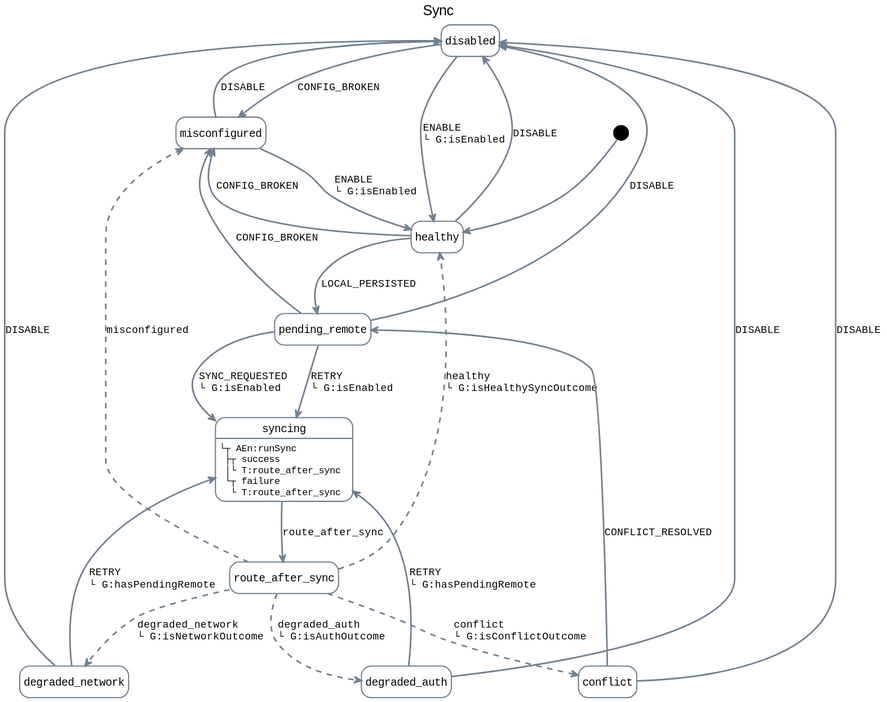
Before: docs/diagrams/sync-machine.svg, a diagram exported from PlantUML (Masquerade-Circus/ilu). Its diagram source:
```plantuml
@startuml

title Sync

state disabled<<default>>
state misconfigured<<default>>
state healthy<<default>>
state pending_remote<<default>>
state syncing<<default>>
state route_after_sync<<default>>
state degraded_network<<default>>
state degraded_auth<<default>>
state conflict<<default>>

syncing: └┬ AEn:runSync\n ├┬ success\n │└ T:route_after_sync\n └┬ failure\n  └ T:route_after_sync

[*] --> healthy
disabled -[#slategray]-> healthy: ENABLE\n└ G:isEnabled
disabled -[#slategray]-> misconfigured: CONFIG_BROKEN
misconfigured -[#slategray]-> disabled: DISABLE
misconfigured -[#slategray]-> healthy: ENABLE\n└ G:isEnabled
healthy -[#slategray]-> pending_remote: LOCAL_PERSISTED
healthy -[#slategray]-> disabled: DISABLE
healthy -[#slategray]-> misconfigured: CONFIG_BROKEN
pending_remote -[#slategray]-> syncing: SYNC_REQUESTED\n└ G:isEnabled
pending_remote -[#slategray]-> syncing: RETRY\n└ G:isEnabled
pending_remote -[#slategray]-> disabled: DISABLE
pending_remote -[#slategray]-> misconfigured: CONFIG_BROKEN
syncing -[#slategray]-> route_after_sync: route_after_sync
route_after_sync -[#slategray,dashed]-> healthy: healthy\n└ G:isHealthySyncOutcome
route_after_sync -[#slategray,dashed]-> degraded_network: degraded_network\n└ G:isNetworkOutcome
route_after_sync -[#slategray,dashed]-> degraded_auth: degraded_auth\n└ G:isAuthOutcome
route_after_sync -[#slategray,dashed]-> conflict: conflict\n└ G:isConflictOutcome
route_after_sync -[#slategray,dashed]-> misconfigured: misconfigured
degraded_network -[#slategray]-> syncing: RETRY\n└ G:hasPendingRemote
degraded_network -[#slategray]-> disabled: DISABLE
degraded_auth -[#slategray]-> syncing: RETRY\n└ G:hasPendingRemote
degraded_auth -[#slategray]-> disabled: DISABLE
conflict -[#slategray]-> pending_remote: CONFLICT_RESOLVED
conflict -[#slategray]-> disabled: DISABLE

hide empty description
skinparam backgroundColor white
skinparam shadowing false
skinparam note {
  BackgroundColor white
  BorderColor slategray
  FontName monospaced
}
skinparam ArrowFontName monospaced
skinparam state {
  FontName monospaced
  AttributeFontName monospaced
  BackgroundColor white
  BorderColor slategray
  ArrowColor slategray
  ArrowThickness 2
  MessageAlignment left
  BackgroundColor<<danger>> Implementation
  BorderColor<<danger>> indianred
  BackgroundColor<<info>> Application
  BorderColor<<info>> skyblue
  BackgroundColor<<warning>> Strategy
  BorderColor<<warning>> tan
  BackgroundColor<<success>> Technology
  BorderColor<<success>> mediumseagreen
  BackgroundColor<<primary>> Motivation
  BorderColor<<primary>> lightsteelblue
}
@enduml
```
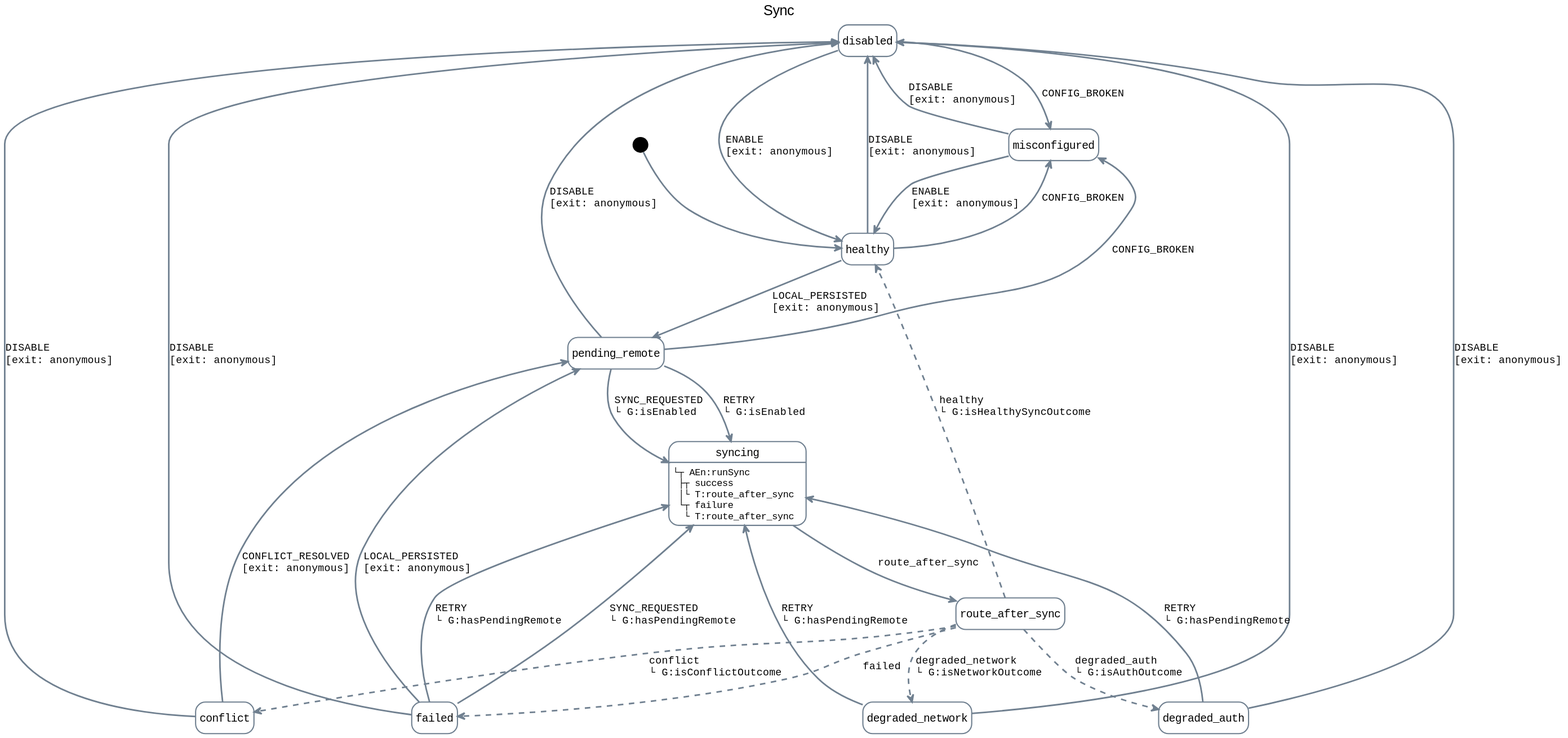
The same file after the commit.

What changed in the source:
```diff
@@ -11,33 +11,38 @@
 state degraded_network<<default>>
 state degraded_auth<<default>>
 state conflict<<default>>
+state failed<<default>>
 
 syncing: └┬ AEn:runSync\n ├┬ success\n │└ T:route_after_sync\n └┬ failure\n  └ T:route_after_sync
 
 [*] --> healthy
-disabled -[#slategray]-> healthy: ENABLE\n└ G:isEnabled
+disabled -[#slategray]-> healthy: ENABLE\n[exit: anonymous]
 disabled -[#slategray]-> misconfigured: CONFIG_BROKEN
-misconfigured -[#slategray]-> disabled: DISABLE
-misconfigured -[#slategray]-> healthy: ENABLE\n└ G:isEnabled
-healthy -[#slategray]-> pending_remote: LOCAL_PERSISTED
-healthy -[#slategray]-> disabled: DISABLE
+misconfigured -[#slategray]-> disabled: DISABLE\n[exit: anonymous]
+misconfigured -[#slategray]-> healthy: ENABLE\n[exit: anonymous]
+healthy -[#slategray]-> pending_remote: LOCAL_PERSISTED\n[exit: anonymous]
+healthy -[#slategray]-> disabled: DISABLE\n[exit: anonymous]
 healthy -[#slategray]-> misconfigured: CONFIG_BROKEN
 pending_remote -[#slategray]-> syncing: SYNC_REQUESTED\n└ G:isEnabled
 pending_remote -[#slategray]-> syncing: RETRY\n└ G:isEnabled
-pending_remote -[#slategray]-> disabled: DISABLE
+pending_remote -[#slategray]-> disabled: DISABLE\n[exit: anonymous]
 pending_remote -[#slategray]-> misconfigured: CONFIG_BROKEN
 syncing -[#slategray]-> route_after_sync: route_after_sync
 route_after_sync -[#slategray,dashed]-> healthy: healthy\n└ G:isHealthySyncOutcome
 route_after_sync -[#slategray,dashed]-> degraded_network: degraded_network\n└ G:isNetworkOutcome
 route_after_sync -[#slategray,dashed]-> degraded_auth: degraded_auth\n└ G:isAuthOutcome
 route_after_sync -[#slategray,dashed]-> conflict: conflict\n└ G:isConflictOutcome
-route_after_sync -[#slategray,dashed]-> misconfigured: misconfigured
+route_after_sync -[#slategray,dashed]-> failed: failed
 degraded_network -[#slategray]-> syncing: RETRY\n└ G:hasPendingRemote
-degraded_network -[#slategray]-> disabled: DISABLE
+degraded_network -[#slategray]-> disabled: DISABLE\n[exit: anonymous]
 degraded_auth -[#slategray]-> syncing: RETRY\n└ G:hasPendingRemote
-degraded_auth -[#slategray]-> disabled: DISABLE
-conflict -[#slategray]-> pending_remote: CONFLICT_RESOLVED
-conflict -[#slategray]-> disabled: DISABLE
+degraded_auth -[#slategray]-> disabled: DISABLE\n[exit: anonymous]
+conflict -[#slategray]-> pending_remote: CONFLICT_RESOLVED\n[exit: anonymous]
+conflict -[#slategray]-> disabled: DISABLE\n[exit: anonymous]
+failed -[#slategray]-> pending_remote: LOCAL_PERSISTED\n[exit: anonymous]
+failed -[#slategray]-> syncing: SYNC_REQUESTED\n└ G:hasPendingRemote
+failed -[#slategray]-> syncing: RETRY\n└ G:hasPendingRemote
+failed -[#slategray]-> disabled: DISABLE\n[exit: anonymous]
 
 hide empty description
 skinparam backgroundColor white
```
